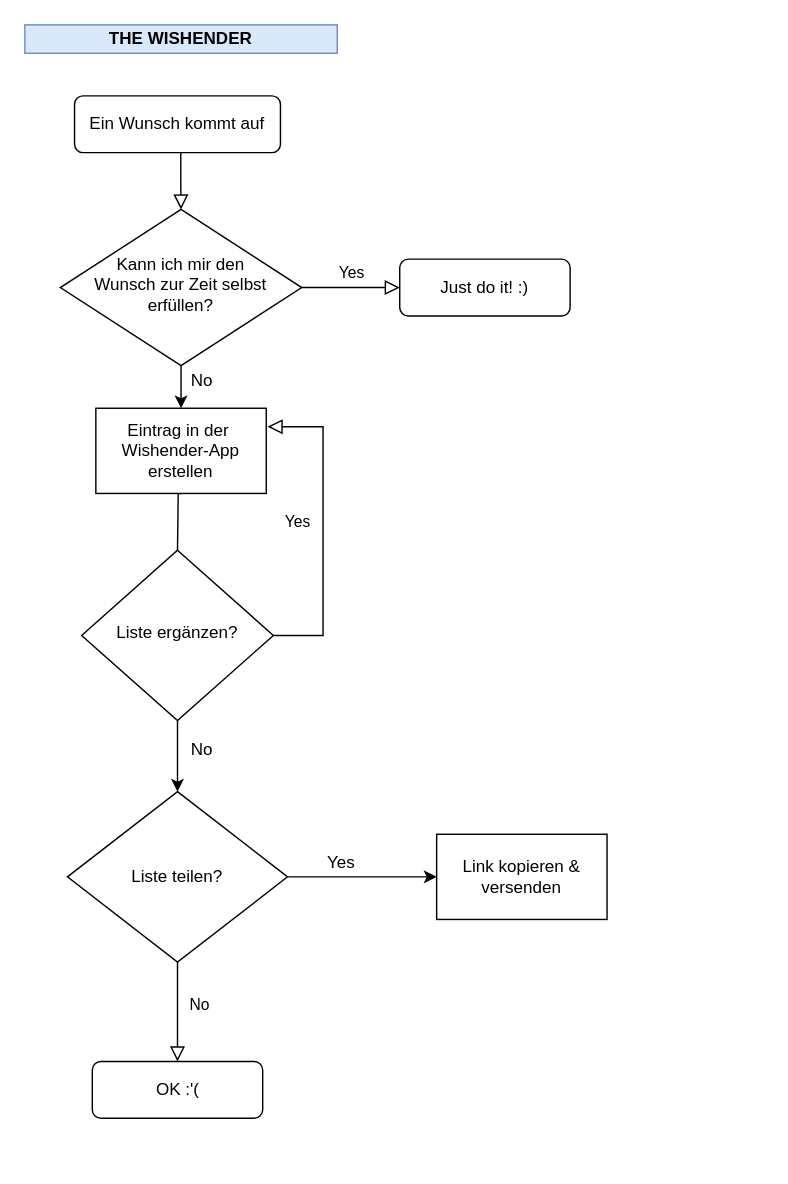
braale96/hs21_prog2 keeps this draw.io diagram as wishender.drawio. Above is the earlier version. Source tidied: cells renumbered, new cells numbered last; positions are measured from the earlier drawing's top-left corner, leaving out a move shared by most shapes. Both pictures are drawn from the tidied source at 142%, with x=0, y=0 at pixel (24, 24).
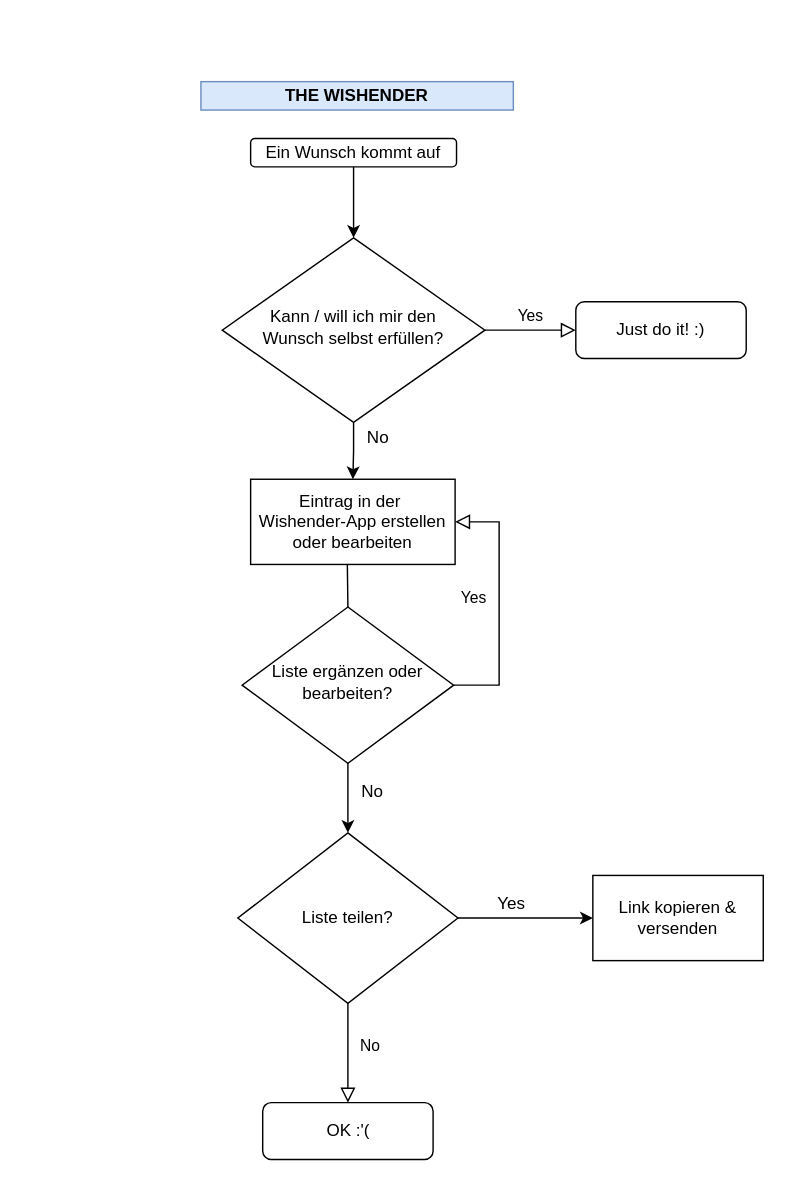
Above is the later version.

Diff of the diagram source:
```diff
@@
-    <mxCell id="2" style="rounded=0;html=1;jettySize=auto;fontSize=11;endArrow=block;endFill=0;endSize=8;strokeWidth=1;shadow=0;labelBackgroundColor=none;edgeStyle=orthogonalEdgeStyle;exitX=0.516;exitY=1.007;exitDx=0;exitDy=0;exitPerimeter=0;" parent="1" edge="1" source="3" target="6">
+    <mxCell id="2" style="edgeStyle=orthogonalEdgeStyle;rounded=0;jettySize=auto;html=1;entryX=0.5;entryY=0;entryDx=0;entryDy=0;" parent="1" edge="1" source="3" target="6">
       <mxGeometry relative="1" as="geometry" />
     </mxCell>
     <mxCell id="3" value="Ein Wunsch kommt auf" style="rounded=1;whiteSpace=wrap;html=1;fontSize=12;glass=0;strokeWidth=1;shadow=0;" parent="1" vertex="1">
-      <mxGeometry x="35" y="50" width="145" height="40" as="geometry" />
+      <mxGeometry x="159" y="80" width="145" height="20" as="geometry" />
     </mxCell>
@@
-    <mxCell id="6" value="Kann ich mir den &lt;br&gt;Wunsch zur Zeit selbst erfüllen?" style="rhombus;whiteSpace=wrap;html=1;shadow=0;fontFamily=Helvetica;fontSize=12;align=center;strokeWidth=1;spacing=6;spacingTop=-4;" parent="1" vertex="1">
-      <mxGeometry x="25" y="130" width="170" height="110" as="geometry" />
+    <mxCell id="6" value="&lt;font style=&quot;font-size: 12px&quot;&gt;Kann / will ich mir den Wunsch&amp;nbsp;selbst erfüllen?&lt;/font&gt;" style="rhombus;whiteSpace=wrap;html=1;shadow=0;fontFamily=Helvetica;fontSize=12;align=center;strokeWidth=1;spacing=6;spacingTop=-4;" parent="1" vertex="1">
+      <mxGeometry x="139" y="150" width="185" height="130" as="geometry" />
     </mxCell>
     <mxCell id="7" value="Just do it! :)" style="rounded=1;whiteSpace=wrap;html=1;fontSize=12;glass=0;strokeWidth=1;shadow=0;" parent="1" vertex="1">
-      <mxGeometry x="264" y="165" width="120" height="40" as="geometry" />
+      <mxGeometry x="388" y="195" width="120" height="40" as="geometry" />
     </mxCell>
@@
-    <mxCell id="9" value="Yes" style="edgeStyle=orthogonalEdgeStyle;rounded=0;html=1;jettySize=auto;fontSize=11;endArrow=block;endFill=0;endSize=8;strokeWidth=1;shadow=0;labelBackgroundColor=none;exitX=1;exitY=0.5;exitDx=0;exitDy=0;" parent="1" edge="1" source="11">
+    <mxCell id="9" value="Yes" style="edgeStyle=orthogonalEdgeStyle;rounded=0;html=1;jettySize=auto;fontSize=11;endArrow=block;endFill=0;endSize=8;strokeWidth=1;shadow=0;labelBackgroundColor=none;exitX=1;exitY=0.5;exitDx=0;exitDy=0;entryX=1;entryY=0.5;entryDx=0;entryDy=0;" parent="1" edge="1" source="11" target="18">
       <mxGeometry x="0.04" y="18" relative="1" as="geometry">
-        <mxPoint x="171" y="283" as="targetPoint" />
         <Array as="points">
-          <mxPoint x="210" y="430" />
-          <mxPoint x="210" y="283" />
+          <mxPoint x="334" y="465" />
+          <mxPoint x="334" y="350" />
         </Array>
       </mxGeometry>
     </mxCell>
@@
-    <mxCell id="11" value="Liste ergänzen?" style="rhombus;whiteSpace=wrap;html=1;shadow=0;fontFamily=Helvetica;fontSize=12;align=center;strokeWidth=1;spacing=6;spacingTop=-4;" parent="1" vertex="1">
-      <mxGeometry x="40" y="370" width="135" height="120" as="geometry" />
+    <mxCell id="11" value="Liste ergänzen oder bearbeiten?" style="rhombus;whiteSpace=wrap;html=1;shadow=0;fontFamily=Helvetica;fontSize=12;align=center;strokeWidth=1;spacing=6;spacingTop=-4;" parent="1" vertex="1">
+      <mxGeometry x="153" y="410" width="149" height="110" as="geometry" />
     </mxCell>
     <mxCell id="12" value="OK :'(" style="rounded=1;whiteSpace=wrap;html=1;fontSize=12;glass=0;strokeWidth=1;shadow=0;" parent="1" vertex="1">
-      <mxGeometry x="47.5" y="730" width="120" height="40" as="geometry" />
+      <mxGeometry x="167.5" y="759" width="120" height="40" as="geometry" />
     </mxCell>
     <mxCell id="13" value="&lt;b&gt;THE WISHENDER&lt;/b&gt;" style="text;html=1;strokeColor=#6c8ebf;fillColor=#dae8fc;align=center;verticalAlign=middle;whiteSpace=wrap;rounded=0;" parent="1" vertex="1">
-      <mxGeometry width="220" height="20" as="geometry" />
+      <mxGeometry x="124" y="40" width="220" height="20" as="geometry" />
     </mxCell>
@@
     <mxCell id="15" value="Liste teilen?" style="rhombus;whiteSpace=wrap;html=1;strokeWidth=1;" parent="1" vertex="1">
-      <mxGeometry x="30" y="540" width="155" height="120" as="geometry" />
+      <mxGeometry x="150" y="569" width="155" height="120" as="geometry" />
     </mxCell>
     <mxCell id="16" value="Yes" style="text;html=1;strokeColor=none;fillColor=none;align=center;verticalAlign=middle;whiteSpace=wrap;rounded=0;" parent="1" vertex="1">
-      <mxGeometry x="202.5" y="580" width="40" height="20" as="geometry" />
+      <mxGeometry x="322.5" y="609" width="40" height="20" as="geometry" />
     </mxCell>
-    <mxCell id="17" style="edgeStyle=orthogonalEdgeStyle;rounded=0;jettySize=auto;html=1;entryX=0.5;entryY=0;entryDx=0;entryDy=0;exitX=0.5;exitY=1;exitDx=0;exitDy=0;endArrow=none;endFill=0;" parent="1" edge="1" source="18" target="11">
-      <mxGeometry relative="1" as="geometry">
-        <Array as="points">
-          <mxPoint x="108" y="330" />
-          <mxPoint x="108" y="330" />
-        </Array>
-      </mxGeometry>
-    </mxCell>
-    <mxCell id="18" value="Eintrag in der&amp;nbsp;&lt;br&gt;Wishender-App erstellen" style="rounded=0;whiteSpace=wrap;html=1;strokeWidth=1;" parent="1" vertex="1">
-      <mxGeometry x="50" y="270" width="120" height="60" as="geometry" />
+    <mxCell id="18" value="Eintrag in der&amp;nbsp;&lt;br&gt;Wishender-App erstellen oder bearbeiten" style="rounded=0;whiteSpace=wrap;html=1;strokeWidth=1;" parent="1" vertex="1">
+      <mxGeometry x="159" y="320" width="144" height="60" as="geometry" />
     </mxCell>
     <mxCell id="19" value="No" style="text;html=1;strokeColor=none;fillColor=none;align=center;verticalAlign=middle;whiteSpace=wrap;rounded=0;" parent="1" vertex="1">
-      <mxGeometry x="105" y="241" width="40" height="20" as="geometry" />
+      <mxGeometry x="229" y="281" width="40" height="20" as="geometry" />
     </mxCell>
     <mxCell id="20" value="No" style="text;html=1;strokeColor=none;fillColor=none;align=center;verticalAlign=middle;whiteSpace=wrap;rounded=0;" parent="1" vertex="1">
-      <mxGeometry x="105" y="501" width="40" height="20" as="geometry" />
+      <mxGeometry x="225" y="530" width="40" height="20" as="geometry" />
     </mxCell>
     <mxCell id="21" value="Link kopieren &amp;amp; versenden" style="rounded=0;whiteSpace=wrap;html=1;strokeWidth=1;" parent="1" vertex="1">
-      <mxGeometry x="290" y="570" width="120" height="60" as="geometry" />
+      <mxGeometry x="400" y="599" width="120" height="60" as="geometry" />
     </mxCell>
+    <mxCell id="22" style="endArrow=none;html=1;exitX=0.5;exitY=0;exitDx=0;exitDy=0;entryX=0.473;entryY=1.002;entryDx=0;entryDy=0;entryPerimeter=0;" parent="1" edge="1" source="11" target="18">
+      <mxGeometry relative="1" as="geometry" />
+    </mxCell>
```
